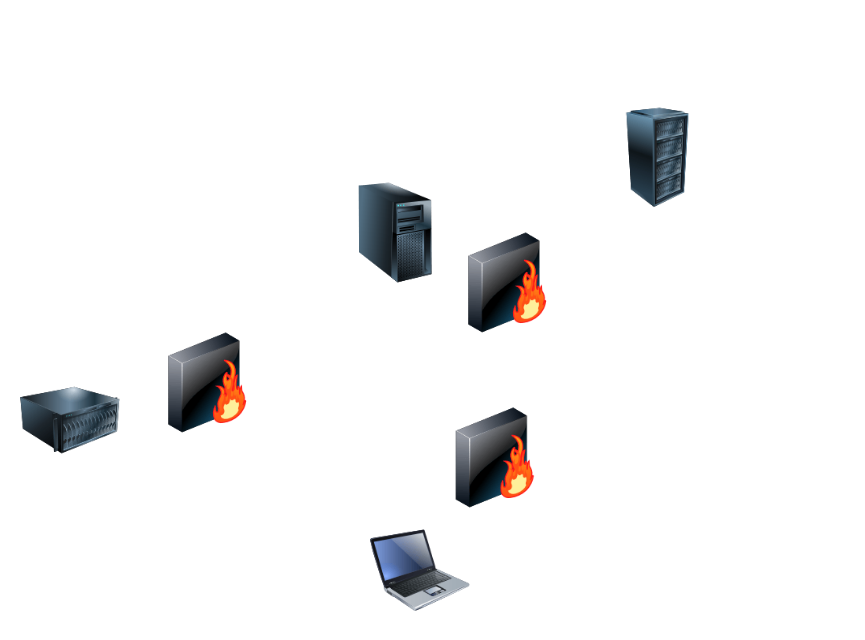
The draw.io diagram 0x11-what_happens_when_your_type_google_com_in_your_browser_and_press_enter/Untitled Diagram.drawio in getdaniel/alx-system_engineering-devops, before the edit. Source tidied: cells renumbered, new cells numbered last; positions are measured from the earlier drawing's top-left corner, leaving out a move shared by most shapes. Both pictures are drawn from the tidied source at 125%, with x=0, y=0 at pixel (20, 108).
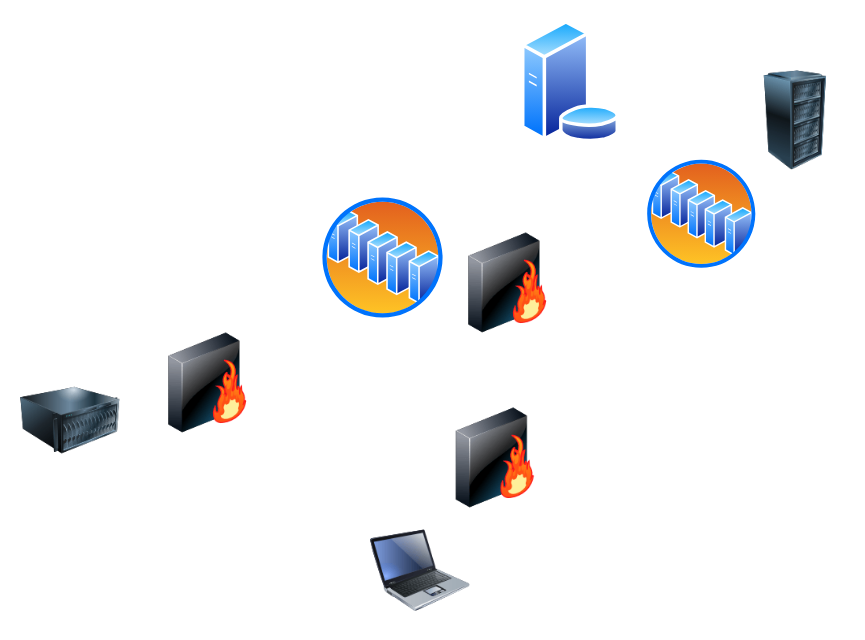
The same page after the edit.

Diff of the diagram source:
```diff
@@
 <mxGraphModel>
   <root>
     <mxCell id="0" />
     <mxCell id="1" parent="0" />
     <mxCell id="2" style="image;html=1;image=img/lib/clip_art/computers/Laptop_128x128.png;" parent="1" vertex="1">
       <mxGeometry x="280" y="330" width="80" height="80" as="geometry" />
     </mxCell>
     <mxCell id="3" style="image;html=1;image=img/lib/clip_art/computers/Server_128x128.png;" parent="1" vertex="1">
       <mxGeometry y="210" width="80" height="80" as="geometry" />
     </mxCell>
     <mxCell id="4" style="image;html=1;image=img/lib/clip_art/networking/Firewall-page1_128x128.png;" parent="1" vertex="1">
       <mxGeometry x="340" y="240" width="80" height="80" as="geometry" />
     </mxCell>
     <mxCell id="5" style="image;html=1;image=img/lib/clip_art/networking/Firewall-page1_128x128.png;" parent="1" vertex="1">
       <mxGeometry x="110" y="180" width="80" height="80" as="geometry" />
     </mxCell>
-    <mxCell id="6" style="image;html=1;image=img/lib/clip_art/computers/Server_Rack_128x128.png;" parent="1" vertex="1">
-      <mxGeometry x="470" width="80" height="80" as="geometry" />
-    </mxCell>
-    <mxCell id="7" style="image;html=1;image=img/lib/clip_art/computers/Server_Tower_128x128.png;" parent="1" vertex="1">
-      <mxGeometry x="260" y="60" width="80" height="80" as="geometry" />
-    </mxCell>
     <mxCell id="8" style="image;html=1;image=img/lib/clip_art/networking/Firewall-page1_128x128.png;" parent="1" vertex="1">
       <mxGeometry x="350" y="100" width="80" height="80" as="geometry" />
     </mxCell>
+    <mxCell id="9" style="image;html=1;image=img/lib/clip_art/computers/Server_Rack_128x128.png;" parent="1" vertex="1">
+      <mxGeometry x="580" y="-30" width="80" height="80" as="geometry" />
+    </mxCell>
+    <mxCell id="10" style="perimeter=ellipsePerimeter;html=1;align=center;shadow=0;dashed=0;spacingTop=3;image;image=img/lib/active_directory/server_farm.svg;" parent="1" vertex="1">
+      <mxGeometry x="500" y="40" width="90" height="90" as="geometry" />
+    </mxCell>
+    <mxCell id="11" style="perimeter=ellipsePerimeter;html=1;align=center;shadow=0;dashed=0;spacingTop=3;image;image=img/lib/active_directory/server_farm.svg;" parent="1" vertex="1">
+      <mxGeometry x="240" y="70" width="100" height="100" as="geometry" />
+    </mxCell>
+    <mxCell id="12" style="perimeter=ellipsePerimeter;html=1;align=center;shadow=0;dashed=0;spacingTop=3;image;image=img/lib/active_directory/database_server.svg;" parent="1" vertex="1">
+      <mxGeometry x="400" y="-70" width="80" height="97.6" as="geometry" />
+    </mxCell>
   </root>
 </mxGraphModel>
```
